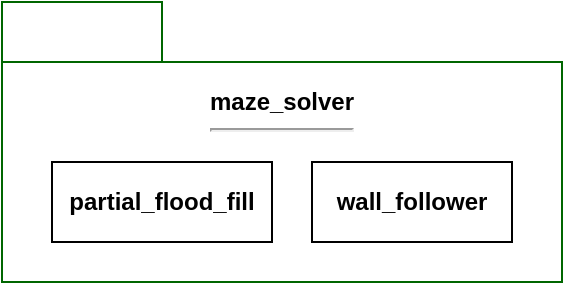
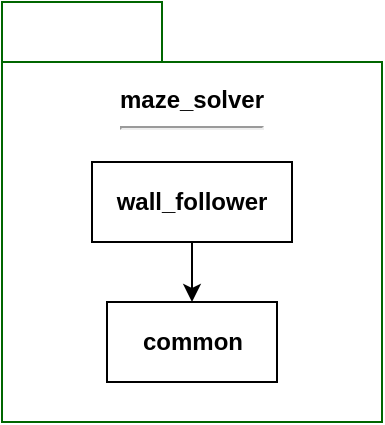
- <mxfile host="Electron" agent="Mozilla/5.0 (Windows NT 10.0; Win64; x64) AppleWebKit/537.36 (KHTML, like Gecko) draw.io/29.3.0 Chrome/140.0.7339.249 Electron/38.7.2 Safari/537.36" version="29.3.0">
+ <mxfile host="Electron" agent="Mozilla/5.0 (Windows NT 10.0; Win64; x64) AppleWebKit/537.36 (KHTML, like Gecko) draw.io/29.3.0 Chrome/140.0.7339.249 Electron/38.7.2 Safari/537.36">
  <diagram name="Page-1" id="QmbUGyFEKFInPuNBpENe">
-     <mxGraphModel dx="1042" dy="626" grid="1" gridSize="10" guides="1" tooltips="1" connect="1" arrows="1" fold="1" page="1" pageScale="1" pageWidth="850" pageHeight="1100" math="0" shadow="0">
+     <mxGraphModel dx="858" dy="522" grid="1" gridSize="10" guides="1" tooltips="1" connect="1" arrows="1" fold="1" page="1" pageScale="1" pageWidth="850" pageHeight="1100" math="0" shadow="0">
      <root>
        <mxCell id="0" />
        <mxCell id="1" parent="0" />
-         <mxCell id="SRDuqWWhimo9GrYv-wyV-1" parent="1" style="shape=folder;fontStyle=1;tabWidth=80;tabHeight=30;tabPosition=left;html=1;boundedLbl=1;whiteSpace=wrap;strokeColor=#006600;" value="&lt;div&gt;maze_solver&lt;/div&gt;&lt;div&gt;&lt;hr&gt;&lt;br&gt;&lt;/div&gt;&lt;div&gt;&lt;br&gt;&lt;/div&gt;&lt;div&gt;&lt;br&gt;&lt;/div&gt;&lt;div&gt;&lt;br&gt;&lt;/div&gt;" vertex="1">
-           <mxGeometry height="140" width="280" x="340" y="270" as="geometry" />
+         <mxCell id="SRDuqWWhimo9GrYv-wyV-1" parent="1" style="shape=folder;fontStyle=1;tabWidth=80;tabHeight=30;tabPosition=left;html=1;boundedLbl=1;whiteSpace=wrap;strokeColor=#006600;" value="&lt;div&gt;maze_solver&lt;/div&gt;&lt;div&gt;&lt;hr&gt;&lt;br&gt;&lt;/div&gt;&lt;div&gt;&lt;br&gt;&lt;/div&gt;&lt;div&gt;&lt;br&gt;&lt;/div&gt;&lt;div&gt;&lt;br&gt;&lt;/div&gt;&lt;div&gt;&lt;br&gt;&lt;/div&gt;&lt;div&gt;&lt;br&gt;&lt;/div&gt;&lt;div&gt;&lt;br&gt;&lt;/div&gt;&lt;div&gt;&lt;br&gt;&lt;/div&gt;&lt;div&gt;&lt;br&gt;&lt;/div&gt;" vertex="1">
+           <mxGeometry height="210" width="190" x="340" y="270" as="geometry" />
        </mxCell>
-         <mxCell id="SRDuqWWhimo9GrYv-wyV-3" parent="1" style="rounded=0;whiteSpace=wrap;html=1;" value="&lt;b&gt;partial_flood_fill&lt;/b&gt;" vertex="1">
-           <mxGeometry height="40" width="110" x="365" y="350" as="geometry" />
+         <mxCell id="SRDuqWWhimo9GrYv-wyV-3" parent="1" style="rounded=0;whiteSpace=wrap;html=1;" value="&lt;b&gt;common&lt;/b&gt;" vertex="1">
+           <mxGeometry height="40" width="85" x="392.5" y="420" as="geometry" />
+         </mxCell>
+         <mxCell id="mF3lkg6ehi0G_NmInBB4-4" edge="1" parent="1" source="SRDuqWWhimo9GrYv-wyV-4" style="edgeStyle=orthogonalEdgeStyle;rounded=0;orthogonalLoop=1;jettySize=auto;html=1;entryX=0.5;entryY=0;entryDx=0;entryDy=0;" target="SRDuqWWhimo9GrYv-wyV-3">
+           <mxGeometry relative="1" as="geometry" />
        </mxCell>
        <mxCell id="SRDuqWWhimo9GrYv-wyV-4" parent="1" style="rounded=0;whiteSpace=wrap;html=1;" value="&lt;b&gt;wall_follower&lt;/b&gt;" vertex="1">
-           <mxGeometry height="40" width="100" x="495.00000000000006" y="350" as="geometry" />
+           <mxGeometry height="40" width="100" x="385.00000000000006" y="350" as="geometry" />
        </mxCell>
      </root>
    </mxGraphModel>
  </diagram>
</mxfile>
